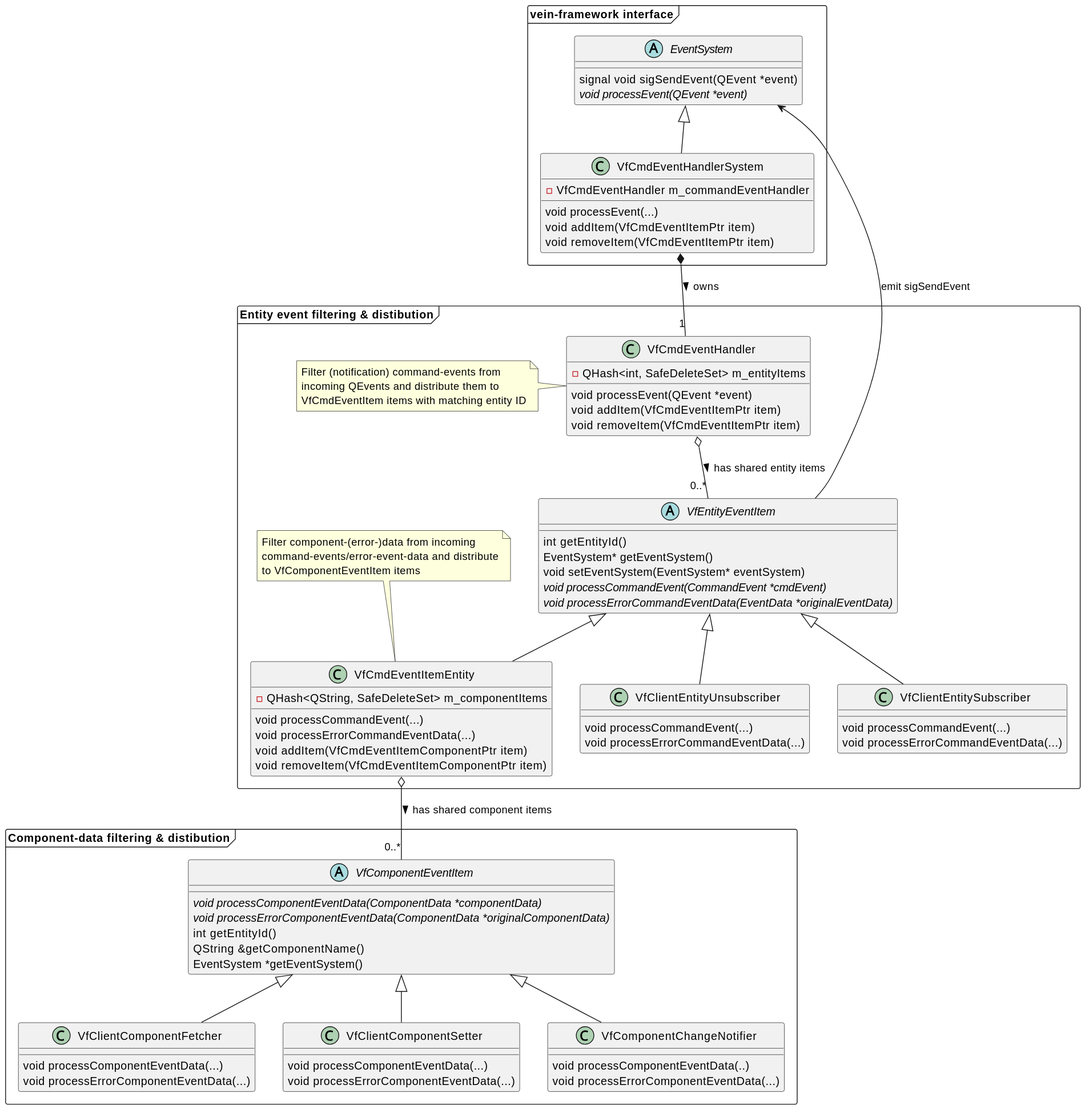
Above: convenient-code/doc/convenient-code-uml.svg in ZeraGmbH/vein-framework (PlantUML), before the change.
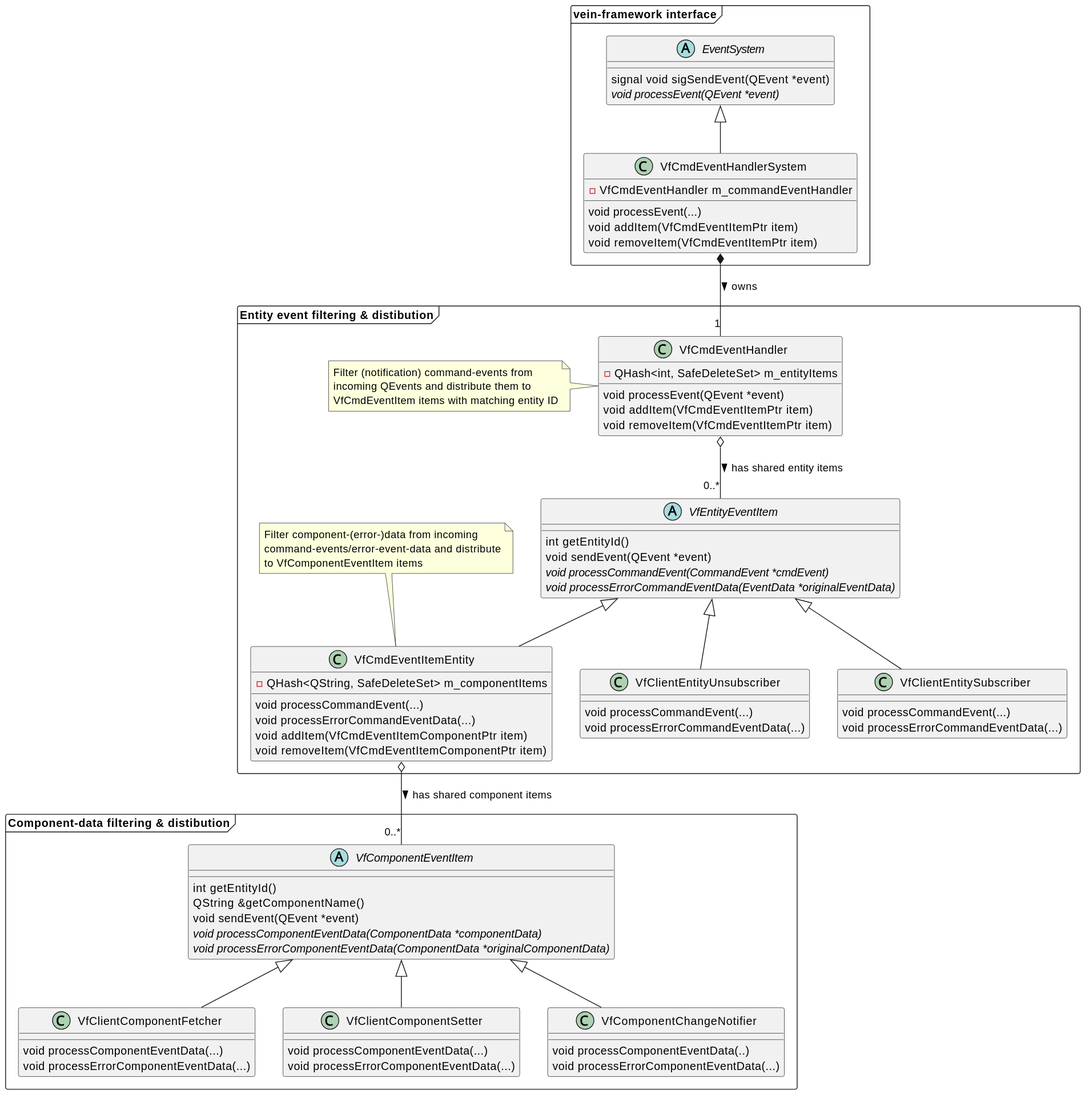
The same diagram one commit later.

Commit message:
VfEntityEventItem/VfComponentEventItem: Hide event system

The edit, as a diff of the source:
```diff
@@ -25,8 +25,7 @@
 
     abstract class VfEntityEventItem {
         int getEntityId()
-        EventSystem* getEventSystem()
-        void setEventSystem(EventSystem* eventSystem)
+        void sendEvent(QEvent *event)
         {abstract} void processCommandEvent(CommandEvent *cmdEvent)
         {abstract} void processErrorCommandEventData(EventData *originalEventData)
     }
@@ -53,11 +52,11 @@
 
 package "Component-data filtering & distibution" <<Frame>> {
 abstract class VfComponentEventItem {
+    int getEntityId()
+    QString &getComponentName()
+    void sendEvent(QEvent *event)
     {abstract} void processComponentEventData(ComponentData *componentData)
     {abstract} void processErrorComponentEventData(ComponentData *originalComponentData)
-    int getEntityId()
-    QString &getComponentName()
-    EventSystem *getEventSystem()
 }
 
 class VfClientComponentFetcher {
@@ -81,8 +80,6 @@
 VfCmdEventHandlerSystem *-- "1" VfCmdEventHandler : owns >
 VfCmdEventHandler o-- "0..*" VfEntityEventItem : has shared entity items >
 
-EventSystem <-- VfEntityEventItem: emit sigSendEvent
-
 VfEntityEventItem <|-- VfClientEntitySubscriber
 VfEntityEventItem <|-- VfClientEntityUnsubscriber
 
```
